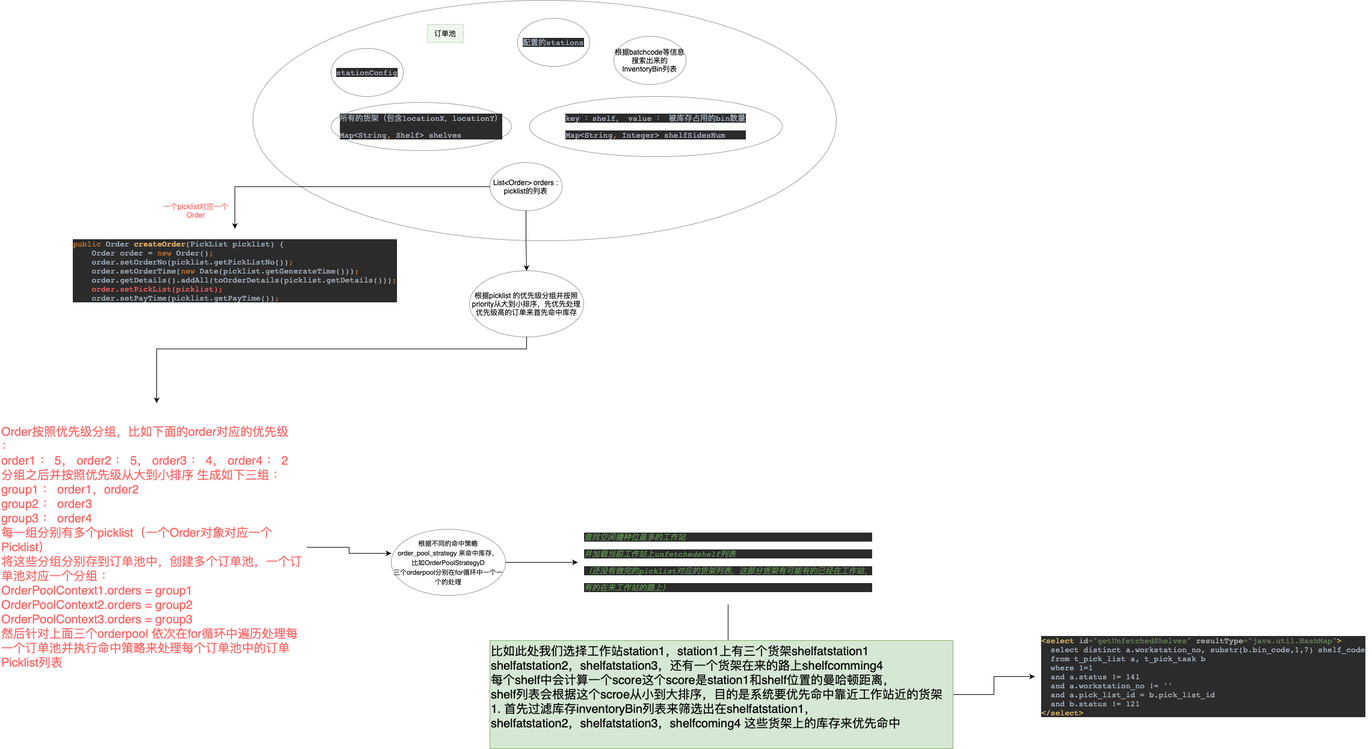
The draw.io diagram 订单池-命中库存.drawio.png in cong666/flow-chart, before a commit. Source tidied: cells renumbered, new cells last; positions are measured from the earlier drawing's top-left corner, leaving out a move shared by most shapes.
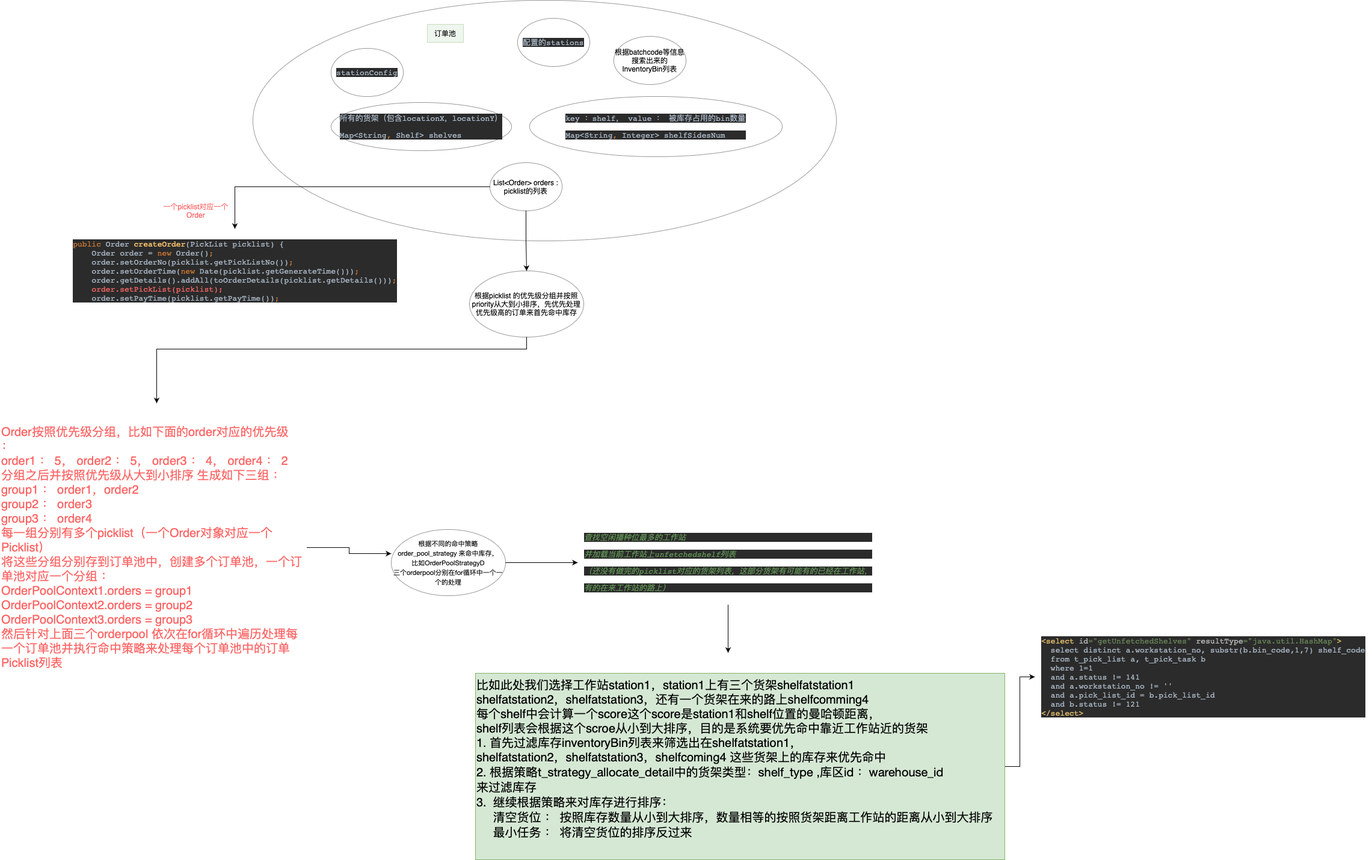
Later version of the same file.

Commit message:
更新订单池-命中库存.drawio.png

The edit, as a diff of the source:
```diff
@@ -75,8 +75,8 @@
     <mxCell id="22" style="edgeStyle=orthogonalEdgeStyle;rounded=0;jettySize=auto;html=1;fontSize=20;fontColor=#FF6666;" parent="1" edge="1" source="23" target="24">
       <mxGeometry relative="1" as="geometry" />
     </mxCell>
-    <mxCell id="23" value="比如此处我们选择工作站station1，station1上有三个货架shelfatstation1&lt;br&gt;&lt;div style=&quot;&quot;&gt;shelfatstation2，shelfatstation3，还有一个货架在来的路上shelfcomming4&lt;/div&gt;&lt;div style=&quot;&quot;&gt;每个shelf中会计算一个score这个score是station1和shelf位置的曼哈顿距离，&lt;/div&gt;&lt;div style=&quot;&quot;&gt;shelf列表会根据这个scroe从小到大排序，目的是系统要优先命中靠近工作站近的货架&lt;/div&gt;&lt;div style=&quot;&quot;&gt;1. 首先过滤库存inventoryBin列表来筛选出在shelfatstation1，&lt;/div&gt;&lt;span style=&quot;&quot;&gt;shelfatstation2，&lt;/span&gt;&lt;span style=&quot;&quot;&gt;shelfatstation3，&lt;/span&gt;&lt;span style=&quot;&quot;&gt;shelfcoming4 这些货架上的库存来优先命中&lt;br&gt;&lt;br&gt;&lt;/span&gt;" style="text;html=1;align=left;verticalAlign=middle;points=[];strokeColor=#82b366;fillColor=#d5e8d4;fontSize=20;" parent="1" vertex="1">
-      <mxGeometry x="814" y="1065" width="770" height="180" as="geometry" />
+    <mxCell id="23" value="比如此处我们选择工作站station1，station1上有三个货架shelfatstation1&lt;br&gt;&lt;div style=&quot;&quot;&gt;shelfatstation2，shelfatstation3，还有一个货架在来的路上shelfcomming4&lt;/div&gt;&lt;div style=&quot;&quot;&gt;每个shelf中会计算一个score这个score是station1和shelf位置的曼哈顿距离，&lt;/div&gt;&lt;div style=&quot;&quot;&gt;shelf列表会根据这个scroe从小到大排序，目的是系统要优先命中靠近工作站近的货架&lt;/div&gt;&lt;div style=&quot;&quot;&gt;1. 首先过滤库存inventoryBin列表来筛选出在shelfatstation1，&lt;/div&gt;shelfatstation2，shelfatstation3，shelfcoming4 这些货架上的库存来优先命中&amp;nbsp;&lt;br&gt;&lt;font style=&quot;font-size: 20px;&quot;&gt;2. 根据策略&lt;span style=&quot;font-family: &amp;quot;Helvetica Neue&amp;quot;;&quot;&gt;&lt;font style=&quot;font-size: 20px;&quot;&gt;t_strategy_allocate_detail中的货架类型：shelf_type ,库区id ：warehouse_id&lt;br&gt;来过滤库存&lt;br&gt;3. &amp;nbsp;继续根据策略来对库存进行排序：&lt;br&gt;&amp;nbsp; &amp;nbsp; &amp;nbsp;清空货位 ： 按照库存数量从小到大排序，数量相等的按照货架距离工作站的距离从小到大排序&lt;br&gt;&amp;nbsp; &amp;nbsp; &amp;nbsp;最小任务 ： 将清空货位的排序反过来&lt;br&gt;&lt;br&gt;&lt;/font&gt;&lt;/span&gt;&lt;/font&gt;" style="text;html=1;align=left;verticalAlign=middle;points=[];strokeColor=#82b366;fillColor=#d5e8d4;fontSize=20;" parent="1" vertex="1">
+      <mxGeometry x="790" y="1119" width="880" height="310" as="geometry" />
     </mxCell>
     <mxCell id="24" value="&lt;pre style=&quot;text-align: start; background-color: rgb(43, 43, 43); color: rgb(169, 183, 198); font-family: &amp;quot;JetBrains Mono&amp;quot;, monospace; font-size: 9.8pt;&quot;&gt;&lt;span style=&quot;color: rgb(232, 191, 106);&quot;&gt;&amp;lt;select &lt;/span&gt;&lt;span style=&quot;color: rgb(186, 186, 186);&quot;&gt;id&lt;/span&gt;&lt;span style=&quot;color: rgb(106, 135, 89);&quot;&gt;=&quot;getUnfetchedShelves&quot; &lt;/span&gt;&lt;span style=&quot;color: rgb(186, 186, 186);&quot;&gt;resultType&lt;/span&gt;&lt;span style=&quot;color: rgb(106, 135, 89);&quot;&gt;=&quot;java.util.HashMap&quot;&lt;/span&gt;&lt;span style=&quot;color: rgb(232, 191, 106);&quot;&gt;&amp;gt;&lt;br&gt;&lt;/span&gt;&lt;span style=&quot;color: rgb(232, 191, 106);&quot;&gt;  &lt;/span&gt;select distinct a.workstation_no, substr(b.bin_code,1,7) shelf_code&lt;br&gt;  from t_pick_list a, t_pick_task b&lt;br&gt;  where 1=1&lt;br&gt;  and a.status != 141&lt;br&gt;  and a.workstation_no != ''&lt;br&gt;  and a.pick_list_id = b.pick_list_id&lt;br&gt;  and b.status != 121&lt;br&gt;&lt;span style=&quot;color: rgb(232, 191, 106);&quot;&gt;&amp;lt;/select&amp;gt;&lt;/span&gt;&lt;/pre&gt;" style="text;html=1;align=center;verticalAlign=middle;points=[];strokeColor=none;fillColor=none;fontSize=20;fontColor=#FF6666;" parent="1" vertex="1">
       <mxGeometry x="1720" y="1040" width="560" height="170" as="geometry" />
```
